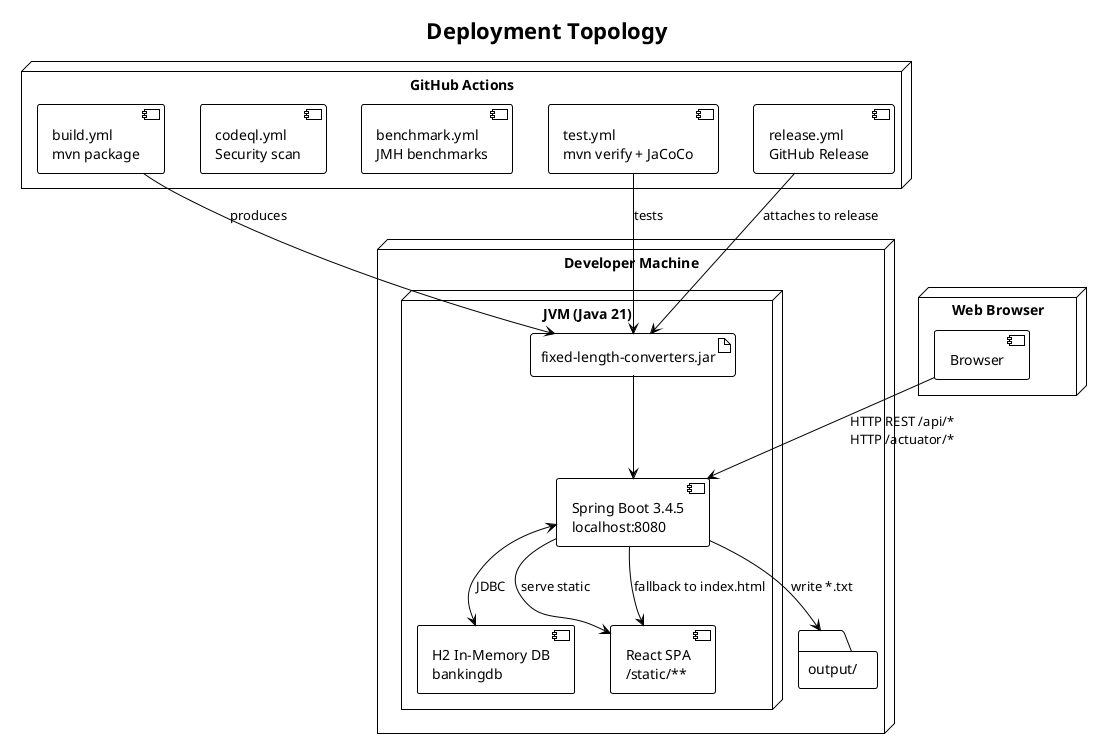
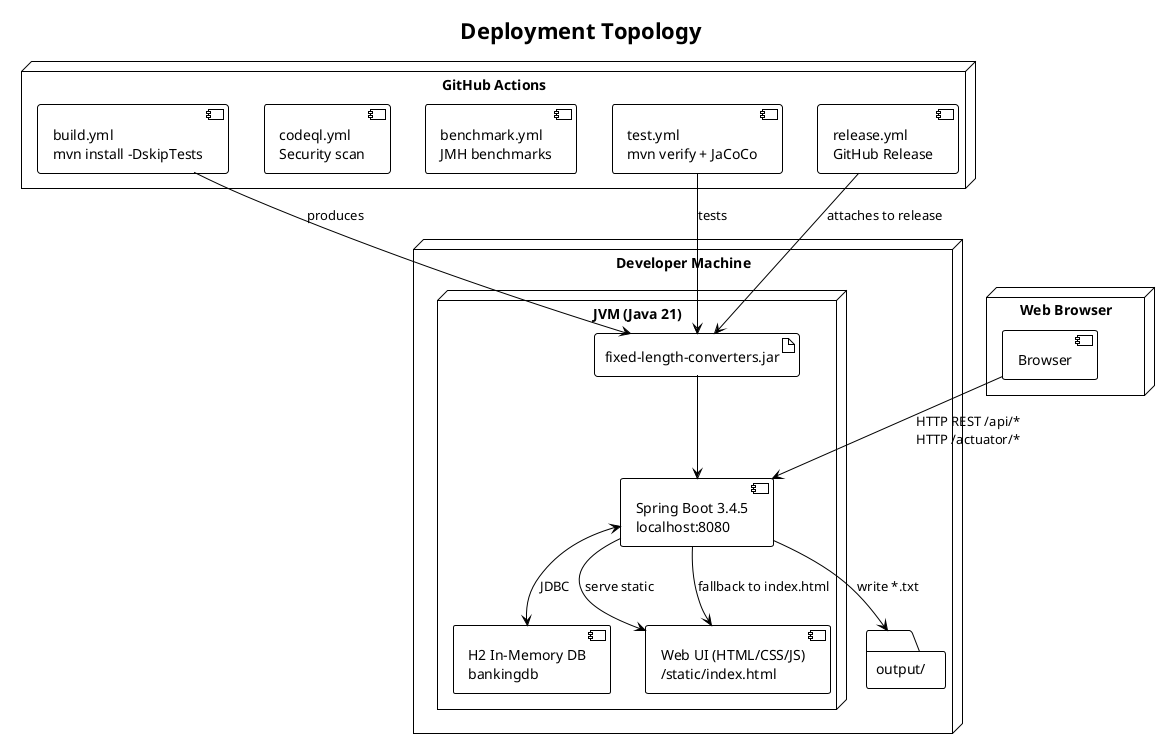
@startuml deployment-diagram
!theme plain
title Deployment Topology

node "Developer Machine" {
    node "JVM (Java 21)" {
        artifact "fixed-length-converters.jar" as JAR
        component "Spring Boot 3.4.5\nlocalhost:8080" as APP
        component "H2 In-Memory DB\nbankingdb" as H2
-         component "React SPA\n/static/**" as SPA
+         component "Web UI (HTML/CSS/JS)\n/static/index.html" as SPA
    }
    folder "output/" as OUT
}

node "Web Browser" {
    component "Browser" as BR
}

node "GitHub Actions" {
-     component "build.yml\nmvn package" as BUILD
+     component "build.yml\nmvn install -DskipTests" as BUILD
    component "test.yml\nmvn verify + JaCoCo" as TEST
    component "benchmark.yml\nJMH benchmarks" as BENCH
    component "codeql.yml\nSecurity scan" as CQL
    component "release.yml\nGitHub Release" as REL
}

JAR --> APP
APP <--> H2 : JDBC
APP --> SPA : serve static
APP --> OUT : write *.txt
BR --> APP : HTTP REST /api/*\nHTTP /actuator/*
APP --> SPA : fallback to index.html

BUILD --> JAR : produces
TEST --> JAR : tests
REL --> JAR : attaches to release
@enduml
